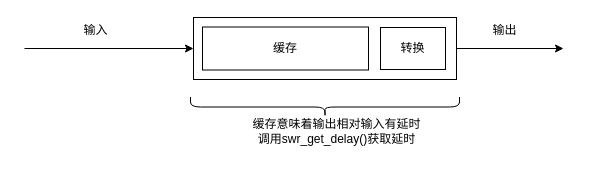
Earlier version of the draw.io diagram 100.drawio (swduan/88888888). Source tidied: cells renumbered, new cells numbered last; positions are measured from the earlier drawing's top-left corner, leaving out a move shared by most shapes. Both pictures are drawn from the tidied source at 100%, with x=0, y=0 at pixel (24, -28).
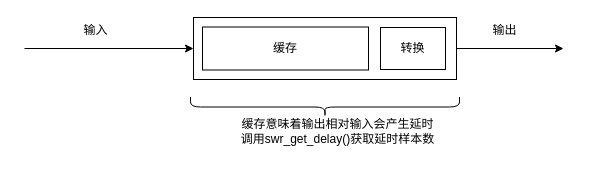
The same page after the edit.

Diff of the diagram source:
```diff
@@
 <mxGraphModel>
   <root>
     <mxCell id="0" />
     <mxCell id="1" parent="0" />
     <mxCell id="2" style="rounded=0;whiteSpace=wrap;html=1;" parent="1" vertex="1">
       <mxGeometry x="169" y="45" width="263" height="62" as="geometry" />
     </mxCell>
     <mxCell id="3" style="endArrow=classic;html=1;rounded=0;exitX=1;exitY=0.5;exitDx=0;exitDy=0;" parent="1" edge="1" source="2">
       <mxGeometry relative="1" as="geometry">
         <mxPoint x="539" y="76" as="targetPoint" />
       </mxGeometry>
     </mxCell>
     <mxCell id="4" style="endArrow=classic;html=1;rounded=0;entryX=0;entryY=0.5;entryDx=0;entryDy=0;" parent="1" edge="1" target="2">
       <mxGeometry relative="1" as="geometry">
         <mxPoint y="76" as="sourcePoint" />
       </mxGeometry>
     </mxCell>
     <mxCell id="5" value="输入" style="text;html=1;align=center;verticalAlign=middle;strokeColor=none;fillColor=none;" parent="1" vertex="1">
       <mxGeometry x="50" y="45" width="42" height="26" as="geometry" />
     </mxCell>
     <mxCell id="6" value="输出" style="text;html=1;align=center;verticalAlign=middle;strokeColor=none;fillColor=none;" parent="1" vertex="1">
       <mxGeometry x="459" y="45" width="42" height="26" as="geometry" />
     </mxCell>
     <mxCell id="7" value="缓存" style="rounded=0;whiteSpace=wrap;html=1;" parent="1" vertex="1">
       <mxGeometry x="178" y="54.5" width="166" height="43" as="geometry" />
     </mxCell>
     <mxCell id="8" style="shape=curlyBracket;whiteSpace=wrap;html=1;rounded=1;labelPosition=left;verticalLabelPosition=middle;align=right;verticalAlign=middle;size=0.5;rotation=-90;" parent="1" vertex="1">
       <mxGeometry x="290.5" width="20" height="269" as="geometry" />
     </mxCell>
-    <mxCell id="9" value="缓存意味着输出相对输入有延时&lt;br&gt;调用swr_get_delay()获取延时" style="text;html=1;align=center;verticalAlign=middle;strokeColor=none;fillColor=none;" parent="1" vertex="1">
-      <mxGeometry x="219" y="138.5" width="186" height="41" as="geometry" />
+    <mxCell id="9" value="缓存意味着输出相对输入会产生延时&lt;br&gt;调用swr_get_delay()获取延时样本数" style="text;html=1;align=center;verticalAlign=middle;strokeColor=none;fillColor=none;" parent="1" vertex="1">
+      <mxGeometry x="207" y="138.5" width="211" height="41" as="geometry" />
     </mxCell>
     <mxCell id="10" value="转换" style="rounded=0;whiteSpace=wrap;html=1;" parent="1" vertex="1">
       <mxGeometry x="356" y="55" width="65" height="42" as="geometry" />
     </mxCell>
   </root>
 </mxGraphModel>
```
